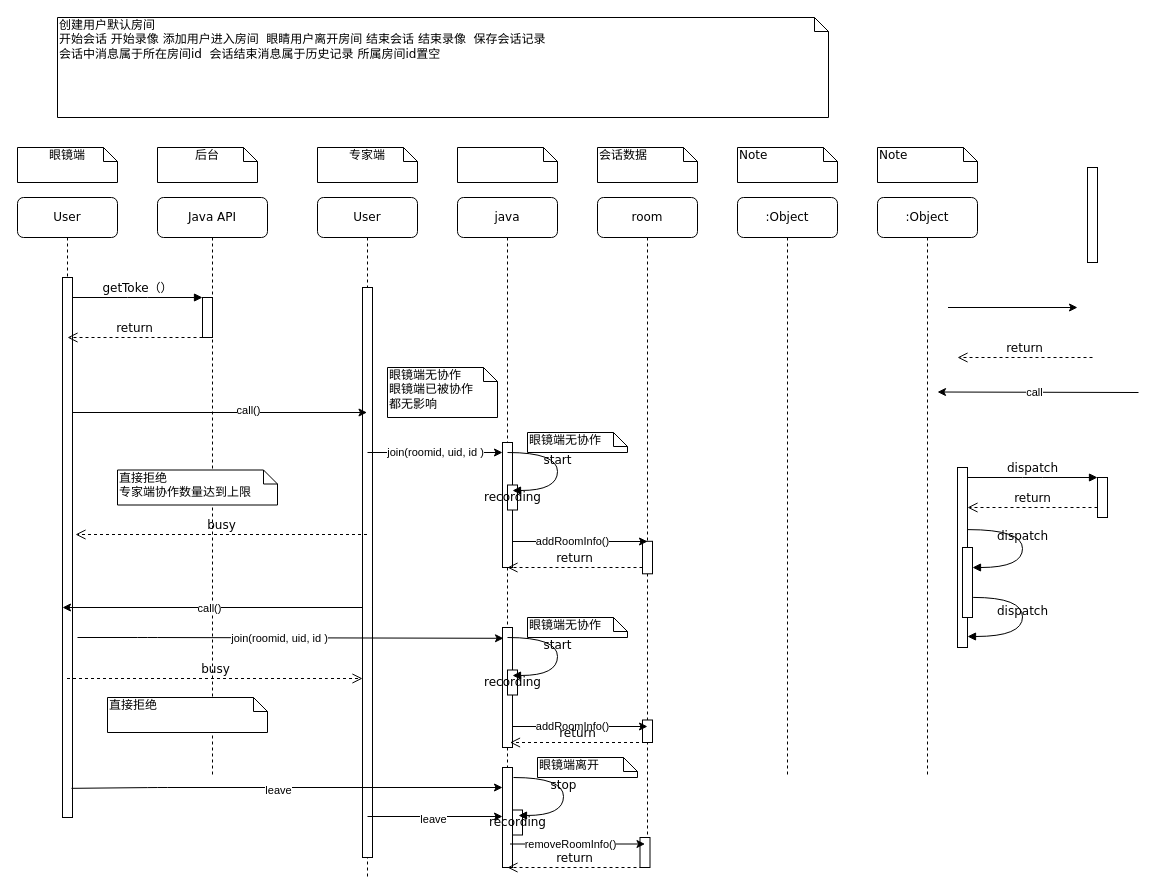
Before: p2.drawio in WOM89757/diagrams, a draw.io diagram. Source tidied: cells renumbered, new cells numbered last; positions are measured from the earlier drawing's top-left corner, leaving out a move shared by most shapes. Both pictures are drawn from the tidied source at 100%, with x=0, y=0 at pixel (17, 17).
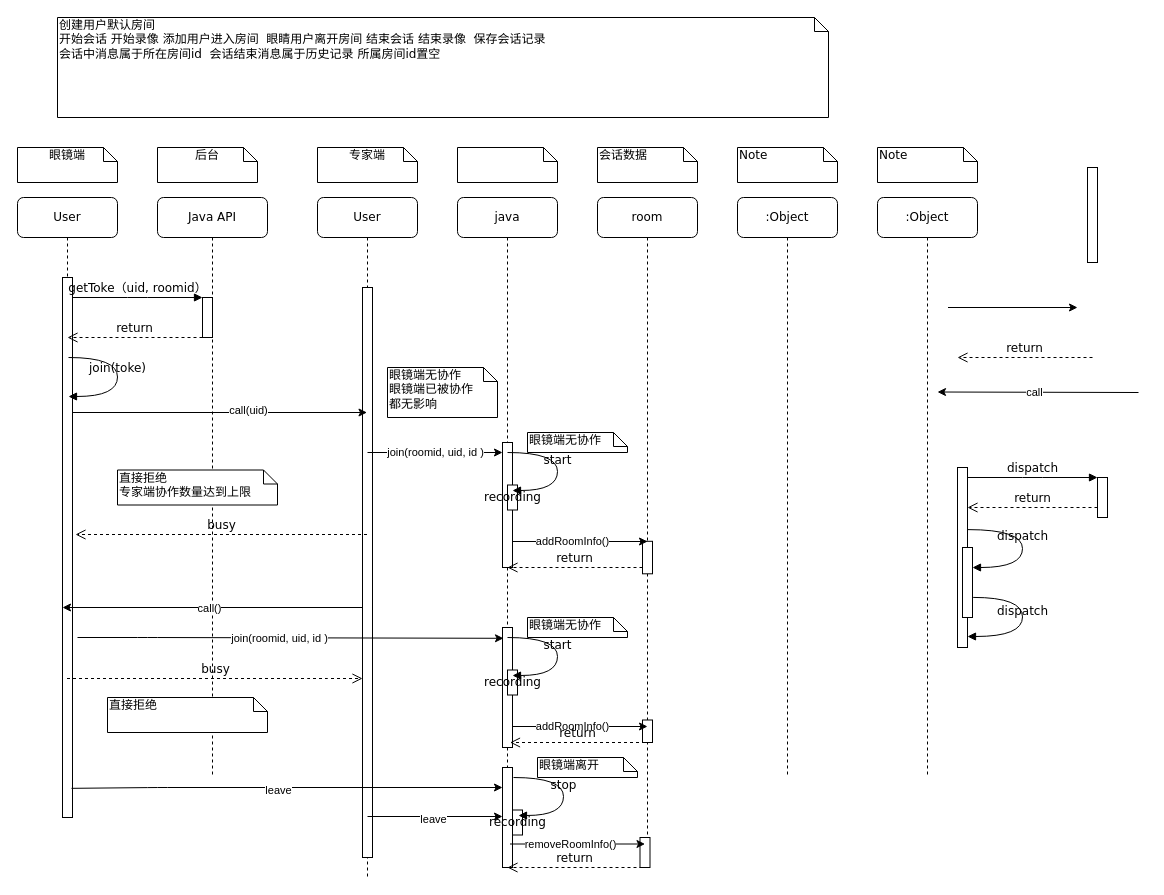
The same page after the edit.

The change refers to these unchanged cells:
```xml
<mxCell id="3" style="html=1;points=[];perimeter=orthogonalPerimeter;rounded=0;shadow=0;comic=0;labelBackgroundColor=none;strokeWidth=1;fontFamily=Verdana;fontSize=12;align=center;" parent="2" vertex="1">
  <mxGeometry x="45" y="100" width="10" height="40" as="geometry" />
</mxCell>
<mxCell id="15" style="html=1;points=[];perimeter=orthogonalPerimeter;rounded=0;shadow=0;comic=0;labelBackgroundColor=none;strokeWidth=1;fontFamily=Verdana;fontSize=12;align=center;" parent="14" vertex="1">
  <mxGeometry x="45" y="80" width="10" height="540" as="geometry" />
</mxCell>
<mxCell id="31" style="endArrow=classic;html=1;exitX=1;exitY=0.25;exitDx=0;exitDy=0;exitPerimeter=0;" parent="1" edge="1" source="15" target="5">
  <mxGeometry relative="1" as="geometry" />
</mxCell>
```

Diff of the diagram source:
```diff
@@
-    <mxCell id="20" value="getToke（）" style="html=1;verticalAlign=bottom;endArrow=block;entryX=0;entryY=0;labelBackgroundColor=none;fontFamily=Verdana;fontSize=12;edgeStyle=elbowEdgeStyle;elbow=vertical;" parent="1" edge="1" source="15" target="3">
+    <mxCell id="20" value="getToke（uid, roomid）" style="html=1;verticalAlign=bottom;endArrow=block;entryX=0;entryY=0;labelBackgroundColor=none;fontFamily=Verdana;fontSize=12;edgeStyle=elbowEdgeStyle;elbow=vertical;" parent="1" edge="1" source="15" target="3">
       <mxGeometry relative="1" as="geometry" />
     </mxCell>
@@
-    <mxCell id="32" value="call()" style="edgeLabel;html=1;align=center;verticalAlign=middle;" parent="31" vertex="1">
+    <mxCell id="32" value="call(uid)" style="edgeLabel;html=1;align=center;verticalAlign=middle;" parent="31" vertex="1">
       <mxGeometry x="0.18" y="3" relative="1" as="geometry">
         <mxPoint x="1" as="offset" />
       </mxGeometry>
     </mxCell>
@@
+    <mxCell id="71" value="join(toke)" style="html=1;verticalAlign=bottom;endArrow=block;labelBackgroundColor=none;fontFamily=Verdana;fontSize=12;elbow=vertical;edgeStyle=orthogonalEdgeStyle;curved=1;" parent="1" edge="1">
+      <mxGeometry relative="1" as="geometry">
+        <mxPoint x="51" y="340" as="sourcePoint" />
+        <mxPoint x="51" y="379" as="targetPoint" />
+        <Array as="points">
+          <mxPoint x="100" y="340.1" />
+          <mxPoint x="100" y="379.1" />
+        </Array>
+      </mxGeometry>
+    </mxCell>
```
